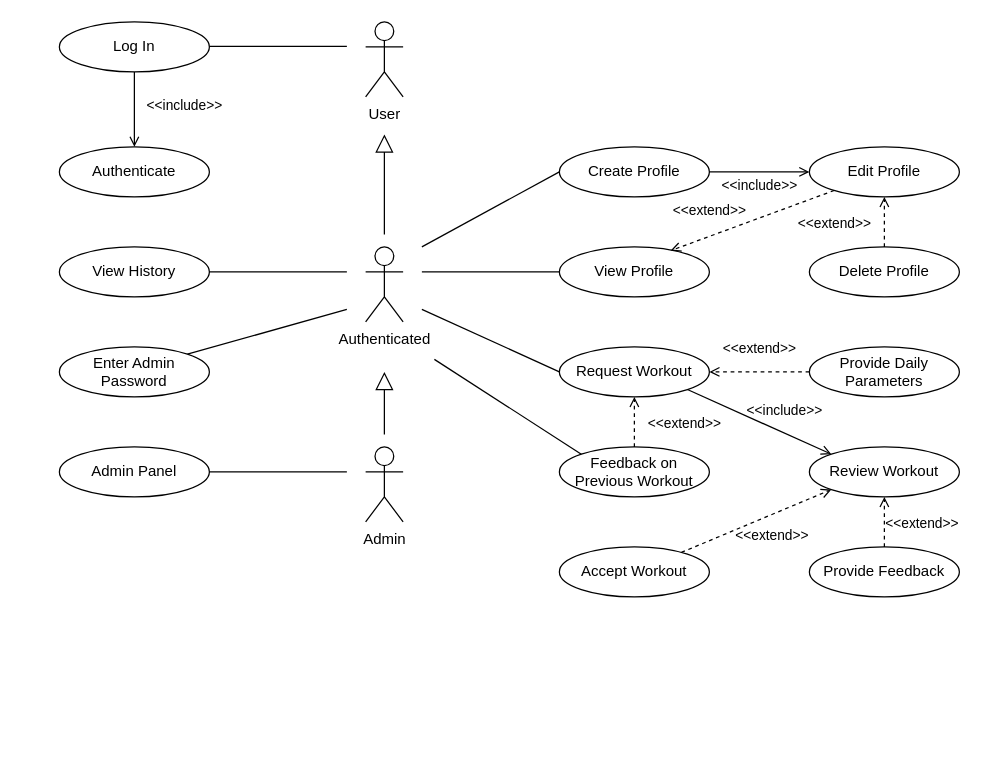
The draw.io diagram documents/Diagrams/LargeLiftingModel_UseCaseDiagram.drawio in Large-Lifting-Model/documents, before the edit. Source tidied: cells renumbered, new cells numbered last; positions are measured from the earlier drawing's top-left corner, leaving out a move shared by most shapes. Both pictures are drawn from the tidied source at 125%, with x=0, y=0 at pixel (59, 21).
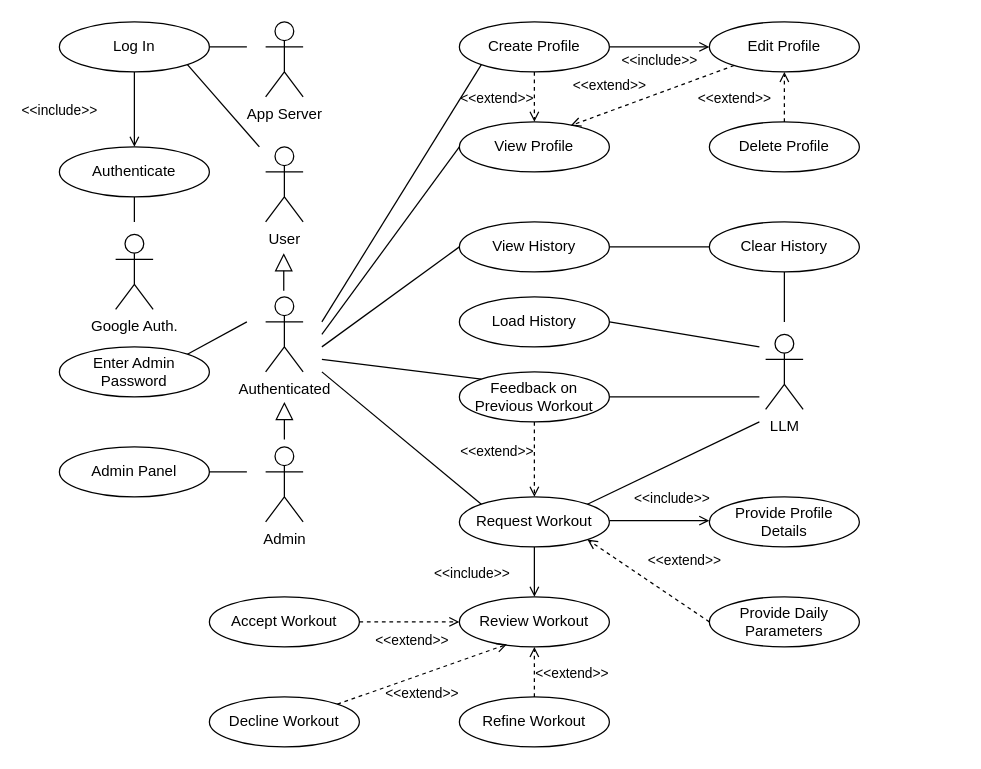
After the change.

Commit message (it also covers changes not shown here):
Incorporated feedback

Unchanged cells that the change refers to:
```xml
<mxCell id="3" value="Log In" style="ellipse;whiteSpace=wrap;html=1;" parent="1" vertex="1">
  <mxGeometry width="120" height="40" as="geometry" />
</mxCell>
<mxCell id="5" value="Authenticate" style="ellipse;whiteSpace=wrap;html=1;" parent="1" vertex="1">
  <mxGeometry y="100" width="120" height="40" as="geometry" />
</mxCell>
<mxCell id="28" value="Enter Admin&lt;div&gt;Password&lt;/div&gt;" style="ellipse;whiteSpace=wrap;html=1;" parent="1" vertex="1">
  <mxGeometry y="260" width="120" height="40" as="geometry" />
</mxCell>
<mxCell id="30" value="Admin Panel" style="ellipse;whiteSpace=wrap;html=1;" parent="1" vertex="1">
  <mxGeometry y="340" width="120" height="40" as="geometry" />
</mxCell>
```

Diff of the diagram source:
```diff
@@
     <mxCell id="2" value="User" style="shape=umlActor;verticalLabelPosition=bottom;verticalAlign=top;html=1;" parent="1" vertex="1">
-      <mxGeometry x="245" width="30" height="60" as="geometry" />
+      <mxGeometry x="165" y="100" width="30" height="60" as="geometry" />
     </mxCell>
@@
     <mxCell id="4" value="Create Profile" style="ellipse;whiteSpace=wrap;html=1;" parent="1" vertex="1">
-      <mxGeometry x="400" y="100" width="120" height="40" as="geometry" />
+      <mxGeometry x="320" width="120" height="40" as="geometry" />
     </mxCell>
@@
     <mxCell id="6" value="&amp;lt;&amp;lt;include&amp;gt;&amp;gt;" style="html=1;verticalAlign=bottom;labelBackgroundColor=none;endArrow=open;endFill=0;rounded=0;entryX=0.5;entryY=0;entryDx=0;entryDy=0;exitX=0.5;exitY=1;exitDx=0;exitDy=0;" parent="1" edge="1" source="3" target="5">
-      <mxGeometry x="0.2" y="40" relative="1" as="geometry" />
+      <mxGeometry x="0.33" y="-60" relative="1" as="geometry" />
     </mxCell>
-    <mxCell id="7" value="View History" style="ellipse;whiteSpace=wrap;html=1;" parent="1" vertex="1">
-      <mxGeometry y="180" width="120" height="40" as="geometry" />
-    </mxCell>
-    <mxCell id="8" style="endArrow=none;html=1;rounded=0;entryX=1;entryY=0.5;entryDx=0;entryDy=0;" parent="1" edge="1" target="7">
-      <mxGeometry relative="1" as="geometry">
-        <mxPoint x="230" y="200" as="sourcePoint" />
-      </mxGeometry>
-    </mxCell>
     <mxCell id="9" value="View Profile" style="ellipse;whiteSpace=wrap;html=1;" parent="1" vertex="1">
-      <mxGeometry x="400" y="180" width="120" height="40" as="geometry" />
+      <mxGeometry x="320" y="80" width="120" height="40" as="geometry" />
     </mxCell>
     <mxCell id="10" style="endArrow=none;html=1;rounded=0;exitX=0;exitY=0.5;exitDx=0;exitDy=0;" parent="1" edge="1" source="9">
       <mxGeometry relative="1" as="geometry">
-        <mxPoint x="290" y="200" as="targetPoint" />
+        <mxPoint x="210" y="250" as="targetPoint" />
       </mxGeometry>
     </mxCell>
     <mxCell id="11" value="Delete Profile" style="ellipse;whiteSpace=wrap;html=1;" parent="1" vertex="1">
-      <mxGeometry x="600" y="180" width="120" height="40" as="geometry" />
+      <mxGeometry x="520" y="80" width="120" height="40" as="geometry" />
     </mxCell>
@@
     <mxCell id="13" value="Edit Profile" style="ellipse;whiteSpace=wrap;html=1;" parent="1" vertex="1">
-      <mxGeometry x="600" y="100" width="120" height="40" as="geometry" />
+      <mxGeometry x="520" width="120" height="40" as="geometry" />
     </mxCell>
@@
     <mxCell id="16" value="Request Workout" style="ellipse;whiteSpace=wrap;html=1;" parent="1" vertex="1">
-      <mxGeometry x="400" y="260" width="120" height="40" as="geometry" />
+      <mxGeometry x="320" y="380" width="120" height="40" as="geometry" />
     </mxCell>
-    <mxCell id="17" style="endArrow=none;html=1;rounded=0;exitX=0;exitY=0.5;exitDx=0;exitDy=0;" parent="1" edge="1" source="16">
+    <mxCell id="17" style="endArrow=none;html=1;rounded=0;exitX=0;exitY=0;exitDx=0;exitDy=0;" parent="1" edge="1" source="16">
       <mxGeometry relative="1" as="geometry">
-        <mxPoint x="290" y="230" as="targetPoint" />
+        <mxPoint x="210" y="280" as="targetPoint" />
       </mxGeometry>
     </mxCell>
     <mxCell id="18" value="Review Workout" style="ellipse;whiteSpace=wrap;html=1;" parent="1" vertex="1">
-      <mxGeometry x="600" y="340" width="120" height="40" as="geometry" />
+      <mxGeometry x="320" y="460" width="120" height="40" as="geometry" />
     </mxCell>
     <mxCell id="19" value="Feedback on Previous Workout" style="ellipse;whiteSpace=wrap;html=1;" parent="1" vertex="1">
-      <mxGeometry x="400" y="340" width="120" height="40" as="geometry" />
+      <mxGeometry x="320" y="280" width="120" height="40" as="geometry" />
     </mxCell>
-    <mxCell id="20" value="&amp;lt;&amp;lt;extend&amp;gt;&amp;gt;" style="html=1;verticalAlign=bottom;labelBackgroundColor=none;endArrow=open;endFill=0;dashed=1;rounded=0;exitX=0.5;exitY=0;exitDx=0;exitDy=0;entryX=0.5;entryY=1;entryDx=0;entryDy=0;" parent="1" edge="1" source="19" target="16">
-      <mxGeometry x="-0.5" y="-40" relative="1" as="geometry" />
+    <mxCell id="20" value="&amp;lt;&amp;lt;extend&amp;gt;&amp;gt;" style="html=1;verticalAlign=bottom;labelBackgroundColor=none;endArrow=open;endFill=0;dashed=1;rounded=0;" parent="1" edge="1">
+      <mxGeometry x="0.11" y="-30" relative="1" as="geometry">
+        <mxPoint x="380" y="320" as="sourcePoint" />
+        <mxPoint x="380" y="380" as="targetPoint" />
+      </mxGeometry>
     </mxCell>
     <mxCell id="21" value="Provide Daily&lt;div&gt;Parameters&lt;/div&gt;" style="ellipse;whiteSpace=wrap;html=1;" parent="1" vertex="1">
-      <mxGeometry x="600" y="260" width="120" height="40" as="geometry" />
+      <mxGeometry x="520" y="460" width="120" height="40" as="geometry" />
     </mxCell>
-    <mxCell id="22" value="&amp;lt;&amp;lt;extend&amp;gt;&amp;gt;" style="html=1;verticalAlign=bottom;labelBackgroundColor=none;endArrow=open;endFill=0;dashed=1;rounded=0;exitX=0;exitY=0.5;exitDx=0;exitDy=0;entryX=1;entryY=0.5;entryDx=0;entryDy=0;" parent="1" edge="1" source="21" target="16">
-      <mxGeometry y="-10" relative="1" as="geometry" />
+    <mxCell id="22" value="&amp;lt;&amp;lt;extend&amp;gt;&amp;gt;" style="html=1;verticalAlign=bottom;labelBackgroundColor=none;endArrow=open;endFill=0;dashed=1;rounded=0;exitX=0;exitY=0.5;exitDx=0;exitDy=0;entryX=1;entryY=1;entryDx=0;entryDy=0;" parent="1" edge="1" source="21" target="16">
+      <mxGeometry x="-0.34" y="-22" relative="1" as="geometry" />
     </mxCell>
-    <mxCell id="23" value="Provide Feedback" style="ellipse;whiteSpace=wrap;html=1;" parent="1" vertex="1">
-      <mxGeometry x="600" y="420" width="120" height="40" as="geometry" />
+    <mxCell id="23" value="Refine Workout" style="ellipse;whiteSpace=wrap;html=1;" parent="1" vertex="1">
+      <mxGeometry x="320" y="540" width="120" height="40" as="geometry" />
     </mxCell>
     <mxCell id="24" style="endArrow=none;html=1;rounded=0;exitX=0;exitY=0;exitDx=0;exitDy=0;" parent="1" edge="1" source="19">
       <mxGeometry relative="1" as="geometry">
-        <mxPoint x="300" y="270" as="targetPoint" />
+        <mxPoint x="210" y="270" as="targetPoint" />
       </mxGeometry>
     </mxCell>
@@
     <mxCell id="26" value="Accept Workout" style="ellipse;whiteSpace=wrap;html=1;" parent="1" vertex="1">
-      <mxGeometry x="400" y="420" width="120" height="40" as="geometry" />
+      <mxGeometry x="120" y="460" width="120" height="40" as="geometry" />
     </mxCell>
-    <mxCell id="27" style="endArrow=none;html=1;rounded=0;entryX=0.5;entryY=1;entryDx=0;entryDy=0;exitX=1;exitY=0;exitDx=0;exitDy=0;" parent="1" edge="1" source="28">
+    <mxCell id="27" style="endArrow=none;html=1;rounded=0;exitX=1;exitY=0;exitDx=0;exitDy=0;" parent="1" edge="1" source="28">
       <mxGeometry relative="1" as="geometry">
-        <mxPoint x="230" y="230" as="targetPoint" />
+        <mxPoint x="150" y="240" as="targetPoint" />
       </mxGeometry>
     </mxCell>
@@
     <mxCell id="29" value="Admin" style="shape=umlActor;verticalLabelPosition=bottom;verticalAlign=top;html=1;" parent="1" vertex="1">
-      <mxGeometry x="245" y="340" width="30" height="60" as="geometry" />
+      <mxGeometry x="165" y="340" width="30" height="60" as="geometry" />
     </mxCell>
@@
     <mxCell id="31" style="endArrow=none;html=1;rounded=0;entryX=1;entryY=0.5;entryDx=0;entryDy=0;" parent="1" edge="1" target="30">
       <mxGeometry relative="1" as="geometry">
-        <mxPoint x="230" y="360" as="sourcePoint" />
+        <mxPoint x="150" y="360" as="sourcePoint" />
       </mxGeometry>
     </mxCell>
     <mxCell id="32" value="Authenticated" style="shape=umlActor;verticalLabelPosition=bottom;verticalAlign=top;html=1;" parent="1" vertex="1">
-      <mxGeometry x="245" y="180" width="30" height="60" as="geometry" />
+      <mxGeometry x="165" y="220" width="30" height="60" as="geometry" />
     </mxCell>
     <mxCell id="33" style="edgeStyle=none;html=1;endSize=12;endArrow=block;endFill=0;rounded=0;" parent="1" edge="1">
       <mxGeometry relative="1" as="geometry">
-        <mxPoint x="260" y="170" as="sourcePoint" />
-        <mxPoint x="260" y="90" as="targetPoint" />
+        <mxPoint x="179.5" y="215" as="sourcePoint" />
+        <mxPoint x="179.5" y="185" as="targetPoint" />
       </mxGeometry>
     </mxCell>
-    <mxCell id="34" style="endArrow=none;html=1;rounded=0;entryX=1;entryY=0.5;entryDx=0;entryDy=0;" parent="1" edge="1">
+    <mxCell id="34" style="endArrow=none;html=1;rounded=0;" parent="1" edge="1">
       <mxGeometry relative="1" as="geometry">
-        <mxPoint x="230" y="19.5" as="sourcePoint" />
-        <mxPoint x="120" y="19.5" as="targetPoint" />
+        <mxPoint x="150" y="20" as="sourcePoint" />
+        <mxPoint x="120" y="20" as="targetPoint" />
       </mxGeometry>
     </mxCell>
-    <mxCell id="35" value="&amp;lt;&amp;lt;include&amp;gt;&amp;gt;" style="html=1;verticalAlign=bottom;labelBackgroundColor=none;endArrow=open;endFill=0;rounded=0;exitX=1;exitY=1;exitDx=0;exitDy=0;entryX=0;entryY=0;entryDx=0;entryDy=0;" parent="1" edge="1" source="16" target="18">
-      <mxGeometry x="0.29" y="8" relative="1" as="geometry" />
+    <mxCell id="35" value="&amp;lt;&amp;lt;include&amp;gt;&amp;gt;" style="html=1;verticalAlign=bottom;labelBackgroundColor=none;endArrow=open;endFill=0;rounded=0;exitX=0.5;exitY=1;exitDx=0;exitDy=0;entryX=0.5;entryY=0;entryDx=0;entryDy=0;" parent="1" edge="1" source="16" target="18">
+      <mxGeometry x="0.5" y="-50" relative="1" as="geometry" />
     </mxCell>
-    <mxCell id="36" value="&amp;lt;&amp;lt;extend&amp;gt;&amp;gt;" style="html=1;verticalAlign=bottom;labelBackgroundColor=none;endArrow=open;endFill=0;dashed=1;rounded=0;entryX=0;entryY=1;entryDx=0;entryDy=0;" parent="1" edge="1" source="26" target="18">
+    <mxCell id="36" value="&amp;lt;&amp;lt;extend&amp;gt;&amp;gt;" style="html=1;verticalAlign=bottom;labelBackgroundColor=none;endArrow=open;endFill=0;dashed=1;rounded=0;entryX=0;entryY=0.5;entryDx=0;entryDy=0;" parent="1" edge="1" source="26" target="18">
       <mxGeometry x="0.05" y="-24" relative="1" as="geometry" />
     </mxCell>
     <mxCell id="37" style="edgeStyle=none;html=1;endSize=12;endArrow=block;endFill=0;rounded=0;" parent="1" edge="1">
       <mxGeometry relative="1" as="geometry">
-        <mxPoint x="260" y="330" as="sourcePoint" />
-        <mxPoint x="260" y="280" as="targetPoint" />
+        <mxPoint x="180" y="334" as="sourcePoint" />
+        <mxPoint x="180" y="304" as="targetPoint" />
       </mxGeometry>
     </mxCell>
-    <mxCell id="38" style="endArrow=none;html=1;rounded=0;exitX=0;exitY=0.5;exitDx=0;exitDy=0;" parent="1" edge="1" source="4">
+    <mxCell id="38" style="endArrow=none;html=1;rounded=0;exitX=0;exitY=1;exitDx=0;exitDy=0;" parent="1" edge="1" source="4">
       <mxGeometry relative="1" as="geometry">
-        <mxPoint x="290" y="180" as="targetPoint" />
+        <mxPoint x="210" y="240" as="targetPoint" />
       </mxGeometry>
     </mxCell>
+    <mxCell id="39" value="LLM" style="shape=umlActor;verticalLabelPosition=bottom;verticalAlign=top;html=1;" parent="1" vertex="1">
+      <mxGeometry x="565" y="250" width="30" height="60" as="geometry" />
+    </mxCell>
+    <mxCell id="7" value="View History" style="ellipse;whiteSpace=wrap;html=1;" parent="1" vertex="1">
+      <mxGeometry x="320" y="160" width="120" height="40" as="geometry" />
+    </mxCell>
+    <mxCell id="40" style="endArrow=none;html=1;rounded=0;exitX=0;exitY=0.5;exitDx=0;exitDy=0;" parent="1" edge="1" source="7">
+      <mxGeometry relative="1" as="geometry">
+        <mxPoint x="210" y="260" as="targetPoint" />
+      </mxGeometry>
+    </mxCell>
+    <mxCell id="41" value="Decline Workout" style="ellipse;whiteSpace=wrap;html=1;" parent="1" vertex="1">
+      <mxGeometry x="120" y="540" width="120" height="40" as="geometry" />
+    </mxCell>
+    <mxCell id="42" value="&amp;lt;&amp;lt;extend&amp;gt;&amp;gt;" style="html=1;verticalAlign=bottom;labelBackgroundColor=none;endArrow=open;endFill=0;dashed=1;rounded=0;entryX=0.317;entryY=0.95;entryDx=0;entryDy=0;entryPerimeter=0;exitX=1;exitY=0;exitDx=0;exitDy=0;" parent="1" edge="1" source="41" target="18">
+      <mxGeometry x="-0.11" y="-22" relative="1" as="geometry">
+        <mxPoint y="1" as="offset" />
+      </mxGeometry>
+    </mxCell>
+    <mxCell id="43" value="Clear History" style="ellipse;whiteSpace=wrap;html=1;" parent="1" vertex="1">
+      <mxGeometry x="520" y="160" width="120" height="40" as="geometry" />
+    </mxCell>
+    <mxCell id="44" style="endArrow=none;html=1;rounded=0;exitX=0;exitY=0.5;exitDx=0;exitDy=0;entryX=1;entryY=0.5;entryDx=0;entryDy=0;" parent="1" edge="1" source="43" target="7">
+      <mxGeometry relative="1" as="geometry" />
+    </mxCell>
+    <mxCell id="45" value="Google Auth." style="shape=umlActor;verticalLabelPosition=bottom;verticalAlign=top;html=1;" parent="1" vertex="1">
+      <mxGeometry x="45" y="170" width="30" height="60" as="geometry" />
+    </mxCell>
+    <mxCell id="46" style="endArrow=none;html=1;rounded=0;exitX=0.5;exitY=1;exitDx=0;exitDy=0;" parent="1" edge="1" source="5">
+      <mxGeometry relative="1" as="geometry">
+        <mxPoint x="60" y="160" as="targetPoint" />
+      </mxGeometry>
+    </mxCell>
+    <mxCell id="47" style="endArrow=none;html=1;rounded=0;entryX=0.5;entryY=1;entryDx=0;entryDy=0;" parent="1" edge="1" target="43">
+      <mxGeometry relative="1" as="geometry">
+        <mxPoint x="580" y="240" as="sourcePoint" />
+      </mxGeometry>
+    </mxCell>
+    <mxCell id="48" style="endArrow=none;html=1;rounded=0;entryX=1;entryY=0;entryDx=0;entryDy=0;" parent="1" edge="1" target="16">
+      <mxGeometry relative="1" as="geometry">
+        <mxPoint x="560" y="320" as="sourcePoint" />
+      </mxGeometry>
+    </mxCell>
+    <mxCell id="49" style="endArrow=none;html=1;rounded=0;entryX=1;entryY=0.5;entryDx=0;entryDy=0;" parent="1" edge="1" target="19">
+      <mxGeometry relative="1" as="geometry">
+        <mxPoint x="560" y="300" as="sourcePoint" />
+      </mxGeometry>
+    </mxCell>
+    <mxCell id="50" value="Load History" style="ellipse;whiteSpace=wrap;html=1;" parent="1" vertex="1">
+      <mxGeometry x="320" y="220" width="120" height="40" as="geometry" />
+    </mxCell>
+    <mxCell id="51" style="endArrow=none;html=1;rounded=0;entryX=1;entryY=0.5;entryDx=0;entryDy=0;" parent="1" edge="1" target="50">
+      <mxGeometry relative="1" as="geometry">
+        <mxPoint x="560" y="260" as="sourcePoint" />
+      </mxGeometry>
+    </mxCell>
+    <mxCell id="52" value="Provide Profile Details" style="ellipse;whiteSpace=wrap;html=1;" parent="1" vertex="1">
+      <mxGeometry x="520" y="380" width="120" height="40" as="geometry" />
+    </mxCell>
+    <mxCell id="53" value="&amp;lt;&amp;lt;include&amp;gt;&amp;gt;" style="html=1;verticalAlign=bottom;labelBackgroundColor=none;endArrow=open;endFill=0;rounded=0;entryX=0;entryY=0.5;entryDx=0;entryDy=0;exitX=1;exitY=0.5;exitDx=0;exitDy=0;" parent="1" edge="1">
+      <mxGeometry x="0.25" y="9" relative="1" as="geometry">
+        <mxPoint x="440" y="399" as="sourcePoint" />
+        <mxPoint x="520" y="399" as="targetPoint" />
+      </mxGeometry>
+    </mxCell>
+    <mxCell id="54" value="App Server" style="shape=umlActor;verticalLabelPosition=bottom;verticalAlign=top;html=1;" parent="1" vertex="1">
+      <mxGeometry x="165" width="30" height="60" as="geometry" />
+    </mxCell>
+    <mxCell id="55" value="&amp;lt;&amp;lt;extend&amp;gt;&amp;gt;" style="html=1;verticalAlign=bottom;labelBackgroundColor=none;endArrow=open;endFill=0;dashed=1;rounded=0;entryX=0.5;entryY=0;entryDx=0;entryDy=0;exitX=0.5;exitY=1;exitDx=0;exitDy=0;" parent="1" edge="1" source="4" target="9">
+      <mxGeometry x="0.5" y="-30" relative="1" as="geometry" />
+    </mxCell>
+    <mxCell id="56" style="endArrow=none;html=1;rounded=0;entryX=1;entryY=1;entryDx=0;entryDy=0;" parent="1" edge="1" target="3">
+      <mxGeometry relative="1" as="geometry">
+        <mxPoint x="160" y="100" as="sourcePoint" />
+      </mxGeometry>
+    </mxCell>
```
